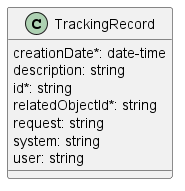
Earlier version of the PlantUML export documentation/serviceApi/fm/media/trackingRecordModel.png (MEF-GIT/MEF-LSO-Legato-SDK).
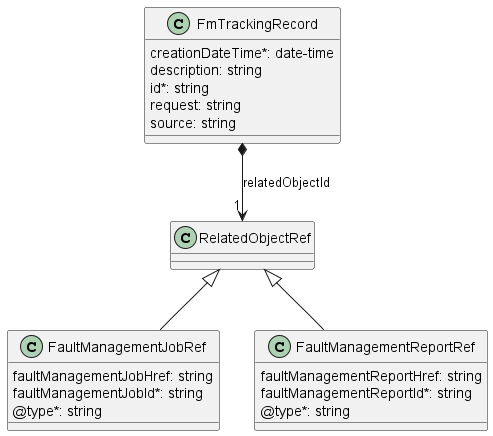
After the change.

What changed in the source:
```diff
@@ -1,14 +1,32 @@
 @startuml trackingRecordModel
 
-class TrackingRecord {
-
-    creationDate*: date-time
+class FmTrackingRecord {
+    creationDateTime*: date-time
     description: string
     id*: string
-    relatedObjectId*: string
     request: string
-    system: string
-    user: string
+    source: string
 }
 
+FmTrackingRecord *-->"1" RelatedObjectRef : relatedObjectId
+
+class RelatedObjectRef {
+
+}
+
+class FaultManagementJobRef {
+    faultManagementJobHref: string
+    faultManagementJobId*: string
+    @type*: string
+}
+
+class FaultManagementReportRef {
+    faultManagementReportHref: string
+    faultManagementReportId*: string
+    @type*: string
+}
+
+RelatedObjectRef <|-- FaultManagementJobRef
+RelatedObjectRef <|-- FaultManagementReportRef
+
 @enduml
```
